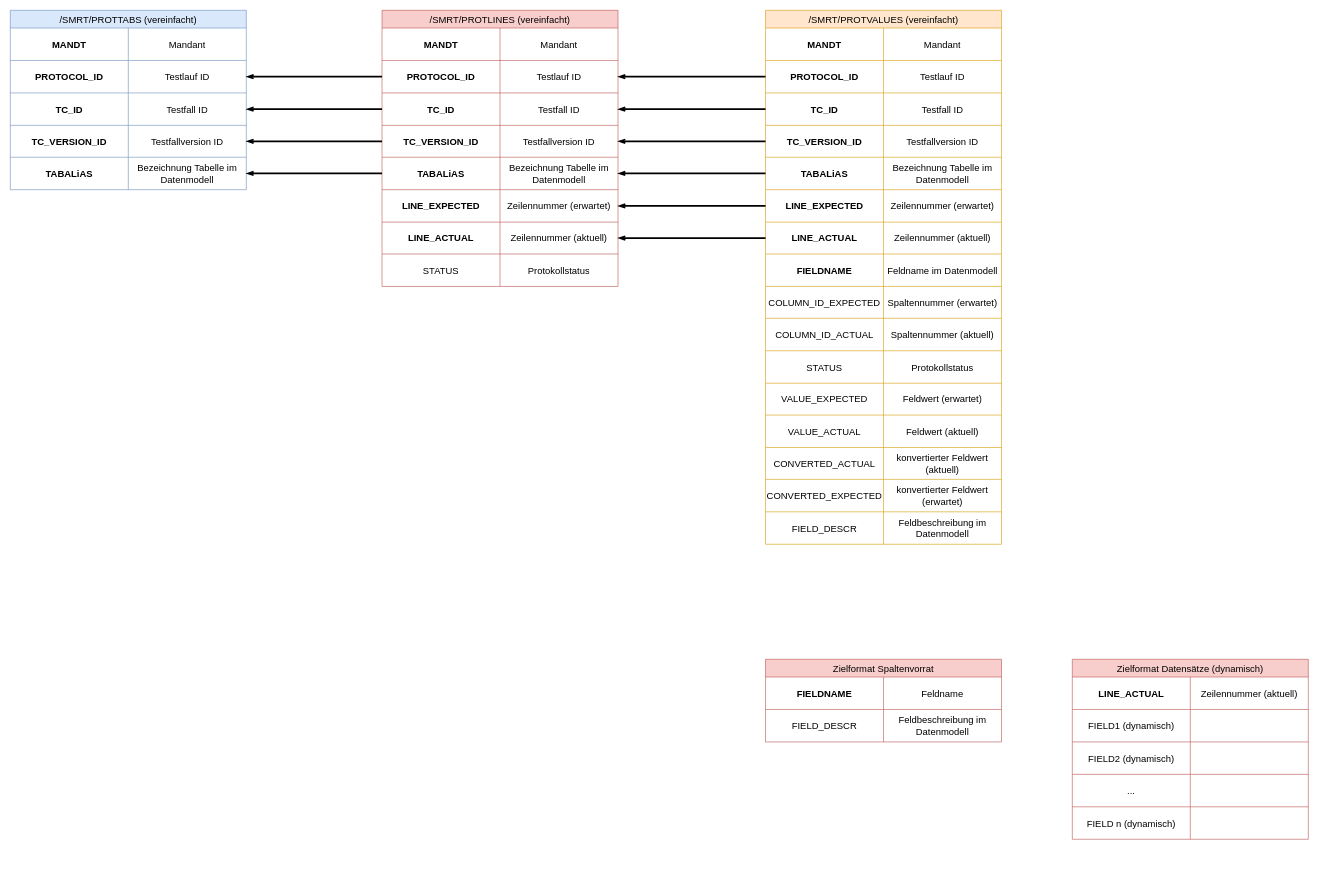
Before: Strukturierte Ansicht DatenModell.drawio in Raaphaaa/UI5-Playground, a draw.io diagram. Source tidied: cells renumbered, new cells numbered last; positions are measured from the earlier drawing's top-left corner, leaving out a move shared by most shapes. Both pictures are drawn from the tidied source at 59%, with x=0, y=0 at pixel (10, 10).
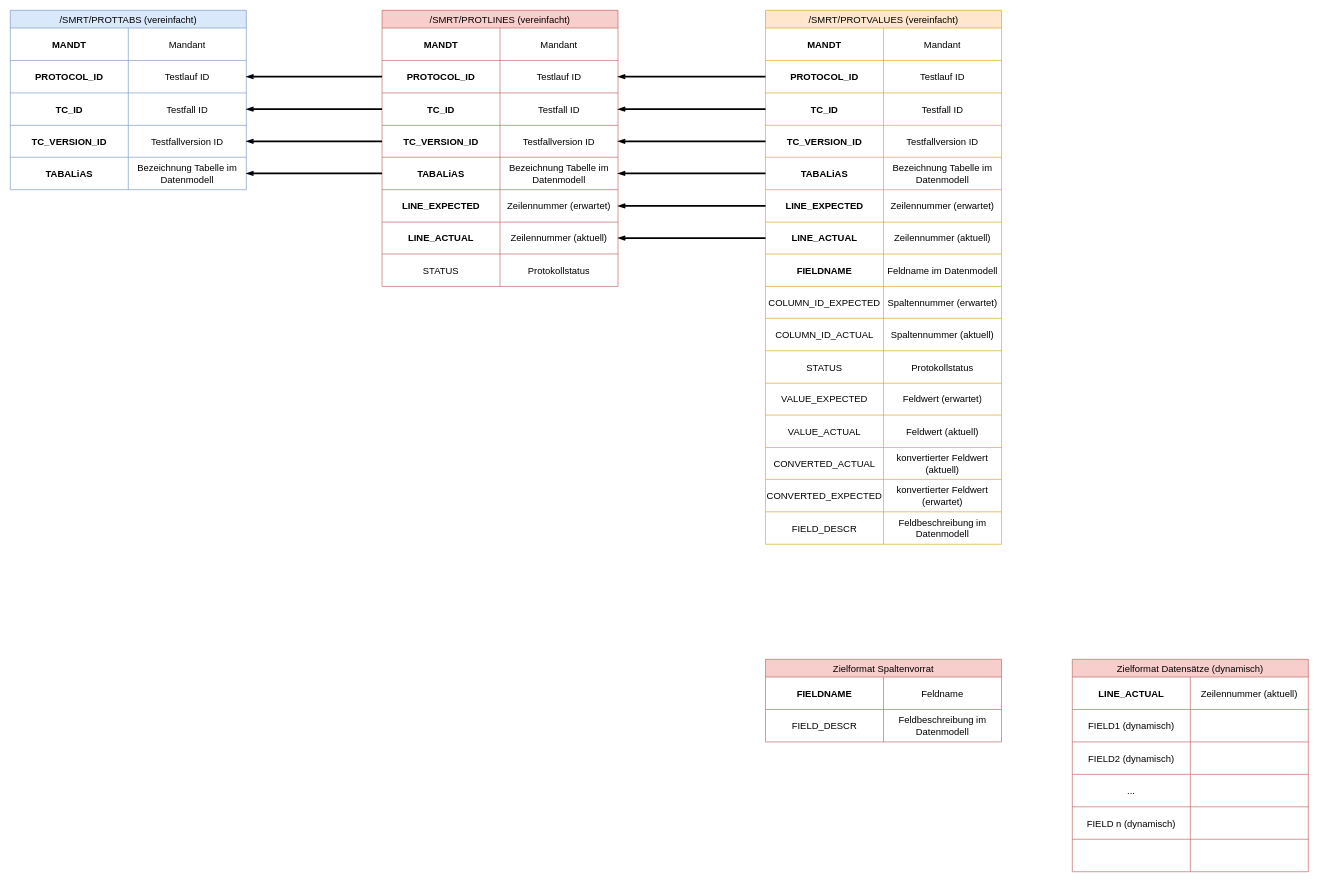
After the change.

What changed in the source:
```diff
@@
     <mxCell id="109" value="Zielformat Datensätze (dynamisch)" style="shape=table;startSize=30;childLayout=tableLayout;strokeColor=#b85450;fontSize=16;fillColor=#f8cecc;" parent="1" vertex="1">
-      <mxGeometry x="1800" y="1100" width="400" height="305" as="geometry" />
+      <mxGeometry x="1800" y="1100" width="400" height="360" as="geometry" />
     </mxCell>
@@
+    <mxCell id="125" style="shape=tableRow;horizontal=0;startSize=0;swimlaneHead=0;swimlaneBody=0;strokeColor=inherit;top=0;left=0;bottom=0;right=0;fillColor=none;fontSize=16;" parent="109" vertex="1">
+      <mxGeometry y="305" width="400" height="55" as="geometry" />
+    </mxCell>
+    <mxCell id="126" style="shape=partialRectangle;html=1;whiteSpace=wrap;strokeColor=inherit;overflow=hidden;fillColor=none;top=0;left=0;bottom=0;right=0;fontSize=16;fontStyle=0;" parent="125" vertex="1">
+      <mxGeometry width="200" height="55" as="geometry" />
+    </mxCell>
+    <mxCell id="127" style="shape=partialRectangle;html=1;whiteSpace=wrap;strokeColor=inherit;overflow=hidden;fillColor=none;top=0;left=0;bottom=0;right=0;fontSize=16;" parent="125" vertex="1">
+      <mxGeometry x="200" width="200" height="55" as="geometry" />
+    </mxCell>
```
